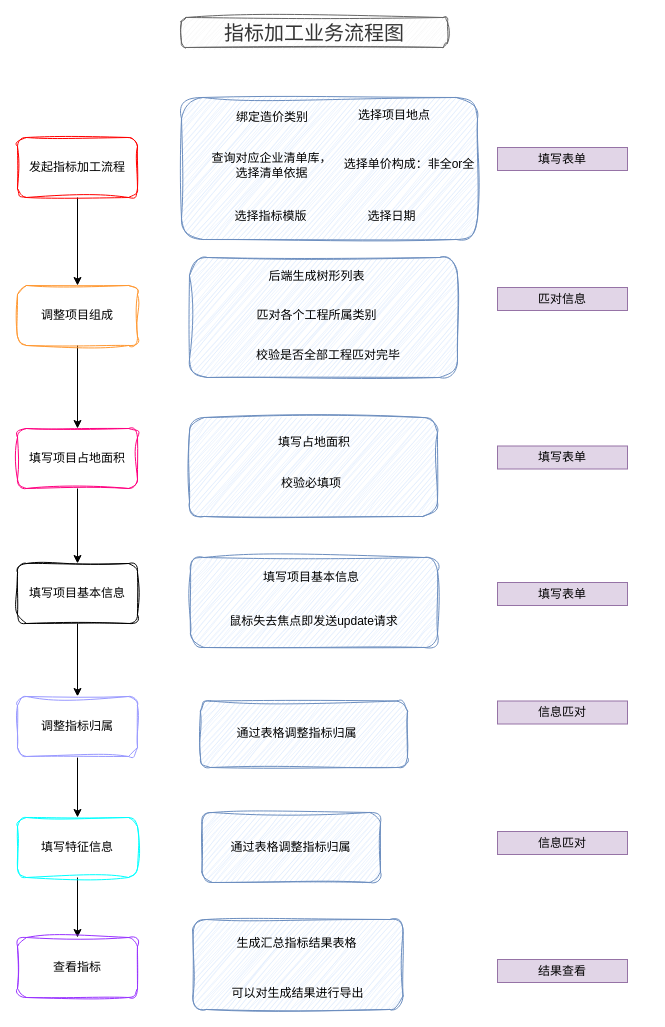
KeatonLi/pictures keeps this draw.io diagram as draw.io/指标加工流程逻辑梳理.drawio. Above is the earlier version. Source tidied: cells renumbered, new cells numbered last; positions are measured from the earlier drawing's top-left corner, leaving out a move shared by most shapes. Both pictures are drawn from the tidied source at 100%, with x=0, y=0 at pixel (17, 17).
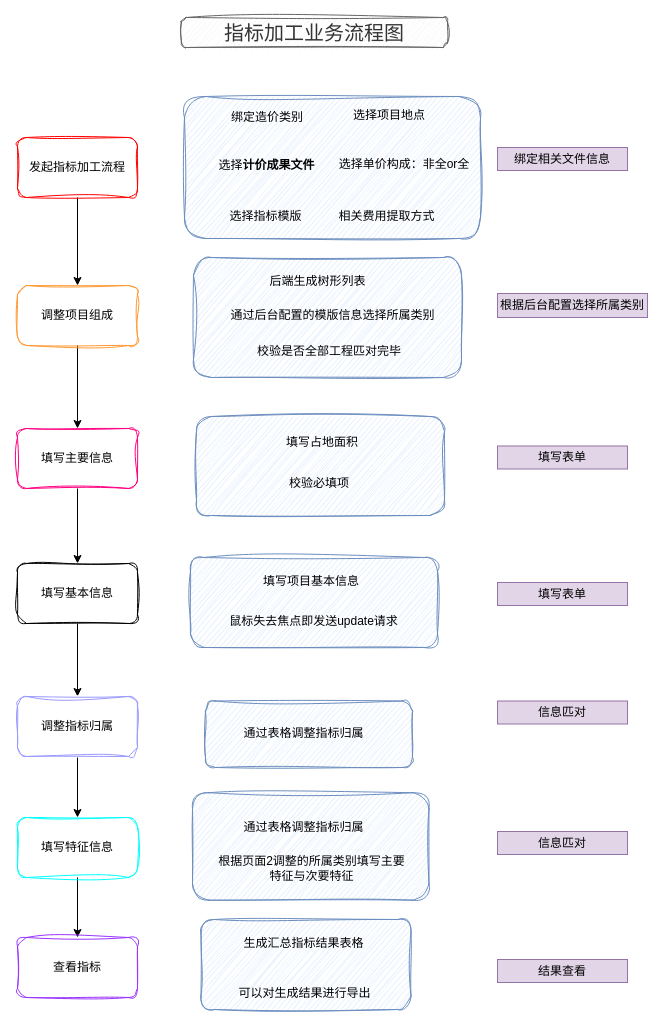
The same page after the edit.

Commit message:
更新指标加工流程逻辑梳理.drawio

Change to the diagram source:
```diff
@@
     <mxCell id="3" style="rounded=1;whiteSpace=wrap;html=1;sketch=1;curveFitting=1;jiggle=2;fillColor=#dae8fc;strokeColor=#6c8ebf;" parent="1" vertex="1">
-      <mxGeometry x="183" y="683.5" width="207" height="66.5" as="geometry" />
+      <mxGeometry x="188" y="683.5" width="207" height="66.5" as="geometry" />
     </mxCell>
     <mxCell id="4" style="rounded=1;whiteSpace=wrap;html=1;sketch=1;curveFitting=1;jiggle=2;fillColor=#dae8fc;strokeColor=#6c8ebf;" parent="1" vertex="1">
-      <mxGeometry x="184.5" y="795" width="178.5" height="70" as="geometry" />
+      <mxGeometry x="175" y="775.2" width="236.5" height="107.5" as="geometry" />
     </mxCell>
     <mxCell id="5" style="rounded=1;whiteSpace=wrap;html=1;sketch=1;curveFitting=1;jiggle=2;fillColor=#dae8fc;strokeColor=#6c8ebf;" parent="1" vertex="1">
-      <mxGeometry x="175.5" y="902" width="210" height="90" as="geometry" />
+      <mxGeometry x="183.5" y="902" width="210" height="90" as="geometry" />
     </mxCell>
     <mxCell id="6" style="rounded=1;whiteSpace=wrap;html=1;sketch=1;curveFitting=1;jiggle=2;fillColor=#dae8fc;strokeColor=#6c8ebf;" parent="1" vertex="1">
-      <mxGeometry x="164" y="80" width="296" height="142" as="geometry" />
+      <mxGeometry x="167" y="79" width="296" height="142" as="geometry" />
     </mxCell>
     <mxCell id="7" style="rounded=1;whiteSpace=wrap;html=1;sketch=1;curveFitting=1;jiggle=2;fillColor=#dae8fc;strokeColor=#6c8ebf;" parent="1" vertex="1">
-      <mxGeometry x="172" y="400" width="248" height="99" as="geometry" />
+      <mxGeometry x="179" y="399" width="248" height="99" as="geometry" />
     </mxCell>
     <mxCell id="8" style="rounded=1;whiteSpace=wrap;html=1;sketch=1;curveFitting=1;jiggle=2;fillColor=#dae8fc;strokeColor=#6c8ebf;" parent="1" vertex="1">
-      <mxGeometry x="172" y="240" width="268" height="120" as="geometry" />
+      <mxGeometry x="176" y="240" width="268" height="120" as="geometry" />
     </mxCell>
@@
     <mxCell id="14" value="绑定造价类别" style="text;html=1;strokeColor=none;fillColor=none;align=center;verticalAlign=middle;whiteSpace=wrap;rounded=0;" parent="1" vertex="1">
-      <mxGeometry x="184.5" y="80" width="140" height="40" as="geometry" />
+      <mxGeometry x="179.5" y="80" width="140" height="40" as="geometry" />
     </mxCell>
     <mxCell id="15" value="选择项目地点" style="text;html=1;strokeColor=none;fillColor=none;align=center;verticalAlign=middle;whiteSpace=wrap;rounded=0;" parent="1" vertex="1">
-      <mxGeometry x="332" y="85" width="90" height="25" as="geometry" />
+      <mxGeometry x="327" y="85" width="90" height="25" as="geometry" />
     </mxCell>
-    <mxCell id="16" value="查询对应企业清单库，选择清单依据" style="text;html=1;strokeColor=none;fillColor=none;align=center;verticalAlign=middle;whiteSpace=wrap;rounded=0;" parent="1" vertex="1">
-      <mxGeometry x="192" y="133" width="125" height="30" as="geometry" />
+    <mxCell id="16" value="选择&lt;b&gt;计价成果文件&lt;/b&gt;" style="text;html=1;strokeColor=none;fillColor=none;align=center;verticalAlign=middle;whiteSpace=wrap;rounded=0;" parent="1" vertex="1">
+      <mxGeometry x="187" y="133" width="125" height="30" as="geometry" />
     </mxCell>
     <mxCell id="17" value="选择单价构成：非全or全" style="text;html=1;strokeColor=none;fillColor=none;align=center;verticalAlign=middle;whiteSpace=wrap;rounded=0;" parent="1" vertex="1">
-      <mxGeometry x="317" y="132" width="150" height="30" as="geometry" />
+      <mxGeometry x="312" y="132" width="150" height="30" as="geometry" />
     </mxCell>
     <mxCell id="18" value="选择指标模版" style="text;html=1;strokeColor=none;fillColor=none;align=center;verticalAlign=middle;whiteSpace=wrap;rounded=0;" parent="1" vertex="1">
-      <mxGeometry x="191" y="184" width="125" height="30" as="geometry" />
+      <mxGeometry x="186" y="184" width="125" height="30" as="geometry" />
     </mxCell>
-    <mxCell id="19" value="选择日期" style="text;html=1;strokeColor=none;fillColor=none;align=center;verticalAlign=middle;whiteSpace=wrap;rounded=0;" parent="1" vertex="1">
-      <mxGeometry x="312" y="184" width="125" height="30" as="geometry" />
+    <mxCell id="19" value="相关费用提取方式" style="text;html=1;strokeColor=none;fillColor=none;align=center;verticalAlign=middle;whiteSpace=wrap;rounded=0;" parent="1" vertex="1">
+      <mxGeometry x="307" y="184" width="125" height="30" as="geometry" />
     </mxCell>
     <mxCell id="20" value="后端生成树形列表" style="text;html=1;strokeColor=none;fillColor=none;align=center;verticalAlign=middle;whiteSpace=wrap;rounded=0;" parent="1" vertex="1">
-      <mxGeometry x="237" y="244" width="125" height="30" as="geometry" />
+      <mxGeometry x="238" y="249" width="125" height="30" as="geometry" />
     </mxCell>
-    <mxCell id="21" value="匹对各个工程所属类别" style="text;html=1;strokeColor=none;fillColor=none;align=center;verticalAlign=middle;whiteSpace=wrap;rounded=0;" parent="1" vertex="1">
-      <mxGeometry x="237" y="283" width="125" height="30" as="geometry" />
+    <mxCell id="21" value="通过后台配置的模版信息选择所属类别" style="text;html=1;strokeColor=none;fillColor=none;align=center;verticalAlign=middle;whiteSpace=wrap;rounded=0;" parent="1" vertex="1">
+      <mxGeometry x="209" y="289.5" width="213" height="17" as="geometry" />
     </mxCell>
-    <mxCell id="22" value="填写表单" style="rounded=0;whiteSpace=wrap;html=1;fillColor=#e1d5e7;strokeColor=#9673a6;" parent="1" vertex="1">
+    <mxCell id="22" value="绑定相关文件信息" style="rounded=0;whiteSpace=wrap;html=1;fillColor=#e1d5e7;strokeColor=#9673a6;" parent="1" vertex="1">
       <mxGeometry x="480" y="130" width="130" height="23" as="geometry" />
     </mxCell>
     <mxCell id="23" value="校验是否全部工程匹对完毕" style="text;html=1;strokeColor=none;fillColor=none;align=center;verticalAlign=middle;whiteSpace=wrap;rounded=0;" parent="1" vertex="1">
-      <mxGeometry x="230" y="324" width="161.5" height="28" as="geometry" />
+      <mxGeometry x="231.2" y="320" width="161.5" height="28" as="geometry" />
     </mxCell>
@@
-    <mxCell id="25" value="填写项目占地面积" style="rounded=1;whiteSpace=wrap;html=1;sketch=1;curveFitting=1;jiggle=2;gradientColor=none;strokeColor=#FF0080;" parent="1" vertex="1">
+    <mxCell id="25" value="填写主要信息" style="rounded=1;whiteSpace=wrap;html=1;sketch=1;curveFitting=1;jiggle=2;gradientColor=none;strokeColor=#FF0080;" parent="1" vertex="1">
       <mxGeometry y="411" width="120" height="60" as="geometry" />
     </mxCell>
@@
-    <mxCell id="27" value="匹对信息" style="rounded=0;whiteSpace=wrap;html=1;fillColor=#e1d5e7;strokeColor=#9673a6;" parent="1" vertex="1">
-      <mxGeometry x="480" y="270" width="130" height="23" as="geometry" />
+    <mxCell id="27" value="根据后台配置选择所属类别" style="rounded=0;whiteSpace=wrap;html=1;fillColor=#e1d5e7;strokeColor=#9673a6;" parent="1" vertex="1">
+      <mxGeometry x="480" y="276" width="150" height="24" as="geometry" />
     </mxCell>
-    <mxCell id="28" value="填写项目基本信息" style="rounded=1;whiteSpace=wrap;html=1;sketch=1;curveFitting=1;jiggle=2;" parent="1" vertex="1">
+    <mxCell id="28" value="填写基本信息" style="rounded=1;whiteSpace=wrap;html=1;sketch=1;curveFitting=1;jiggle=2;" parent="1" vertex="1">
       <mxGeometry y="546" width="120" height="60" as="geometry" />
     </mxCell>
@@
     <mxCell id="35" value="填写占地面积" style="text;html=1;strokeColor=none;fillColor=none;align=center;verticalAlign=middle;whiteSpace=wrap;rounded=0;" parent="1" vertex="1">
-      <mxGeometry x="216.2" y="411" width="161.5" height="28" as="geometry" />
+      <mxGeometry x="224.2" y="411" width="161.5" height="28" as="geometry" />
     </mxCell>
     <mxCell id="36" value="校验必填项" style="text;html=1;strokeColor=none;fillColor=none;align=center;verticalAlign=middle;whiteSpace=wrap;rounded=0;" parent="1" vertex="1">
-      <mxGeometry x="213" y="451.5" width="161.5" height="28" as="geometry" />
+      <mxGeometry x="221" y="451.5" width="161.5" height="28" as="geometry" />
     </mxCell>
@@
     <mxCell id="38" value="填写项目基本信息" style="text;html=1;strokeColor=none;fillColor=none;align=center;verticalAlign=middle;whiteSpace=wrap;rounded=0;" parent="1" vertex="1">
-      <mxGeometry x="213" y="546" width="161.5" height="28" as="geometry" />
+      <mxGeometry x="213" y="550" width="161.5" height="28" as="geometry" />
     </mxCell>
@@
     <mxCell id="40" value="通过表格调整指标归属" style="text;html=1;strokeColor=none;fillColor=none;align=center;verticalAlign=middle;whiteSpace=wrap;rounded=0;" parent="1" vertex="1">
-      <mxGeometry x="191" y="700" width="177" height="32" as="geometry" />
+      <mxGeometry x="198" y="700" width="177" height="32" as="geometry" />
     </mxCell>
@@
     <mxCell id="42" value="通过表格调整指标归属" style="text;html=1;strokeColor=none;fillColor=none;align=center;verticalAlign=middle;whiteSpace=wrap;rounded=0;" parent="1" vertex="1">
-      <mxGeometry x="184.5" y="814" width="177" height="32" as="geometry" />
+      <mxGeometry x="197.5" y="794" width="177" height="32" as="geometry" />
     </mxCell>
     <mxCell id="43" value="生成汇总指标结果表格" style="text;html=1;strokeColor=none;fillColor=none;align=center;verticalAlign=middle;whiteSpace=wrap;rounded=0;" parent="1" vertex="1">
-      <mxGeometry x="191" y="910" width="177" height="32" as="geometry" />
+      <mxGeometry x="198" y="910" width="177" height="32" as="geometry" />
     </mxCell>
     <mxCell id="44" value="可以对生成结果进行导出" style="text;html=1;strokeColor=none;fillColor=none;align=center;verticalAlign=middle;whiteSpace=wrap;rounded=0;" parent="1" vertex="1">
-      <mxGeometry x="192" y="960" width="177" height="32" as="geometry" />
+      <mxGeometry x="199" y="960" width="177" height="32" as="geometry" />
     </mxCell>
@@
+    <mxCell id="47" value="根据页面2调整的所属类别填写主要特征与次要特征" style="text;html=1;strokeColor=none;fillColor=none;align=center;verticalAlign=middle;whiteSpace=wrap;rounded=0;" parent="1" vertex="1">
+      <mxGeometry x="197.5" y="832" width="192.5" height="38" as="geometry" />
+    </mxCell>
```
